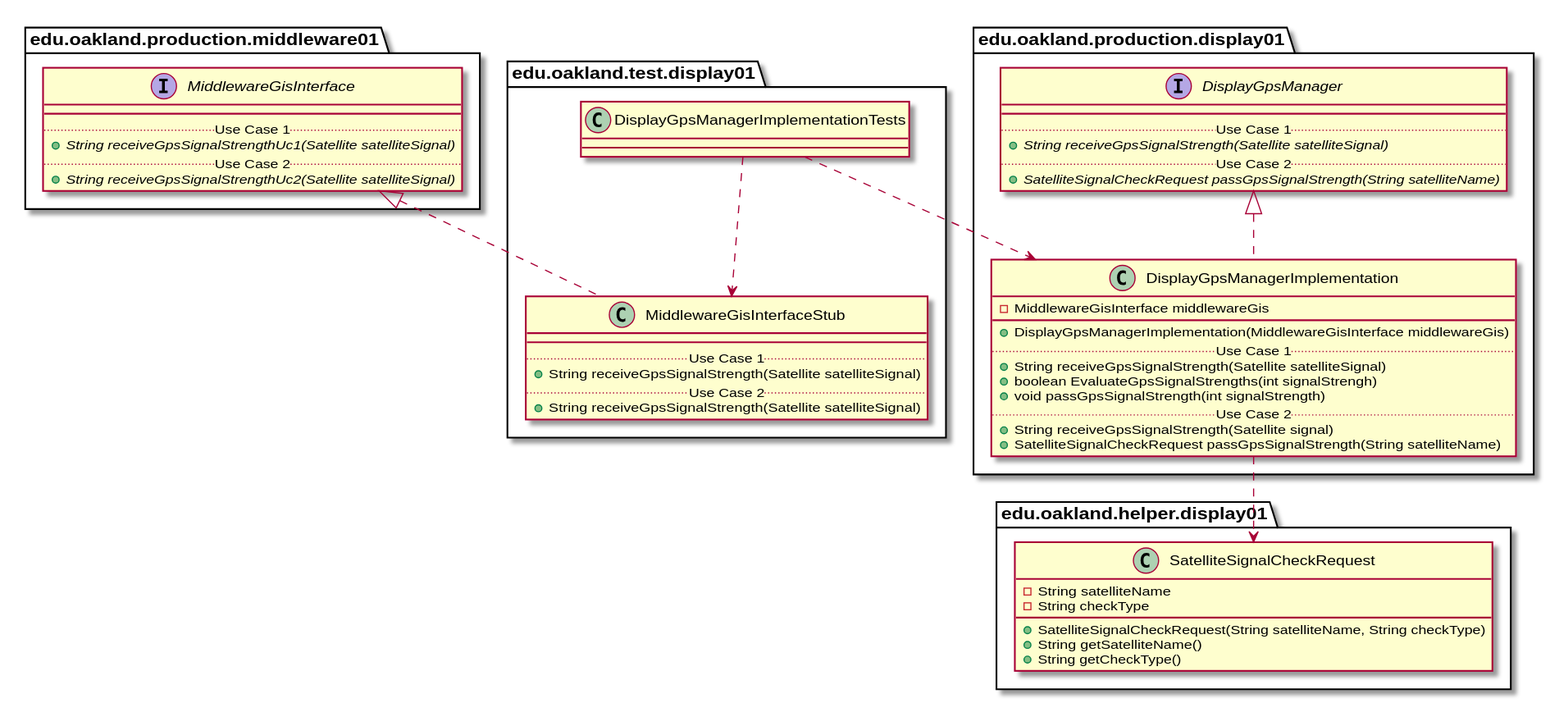
Earlier version of the PlantUML export docs/uml-class-diagrams/display01/test/DisplayGpsManagerImplementationTests/DisplayGpsManagerImplementationTests_Closure.svg (andrewdimmer/csi-3370-software-project).
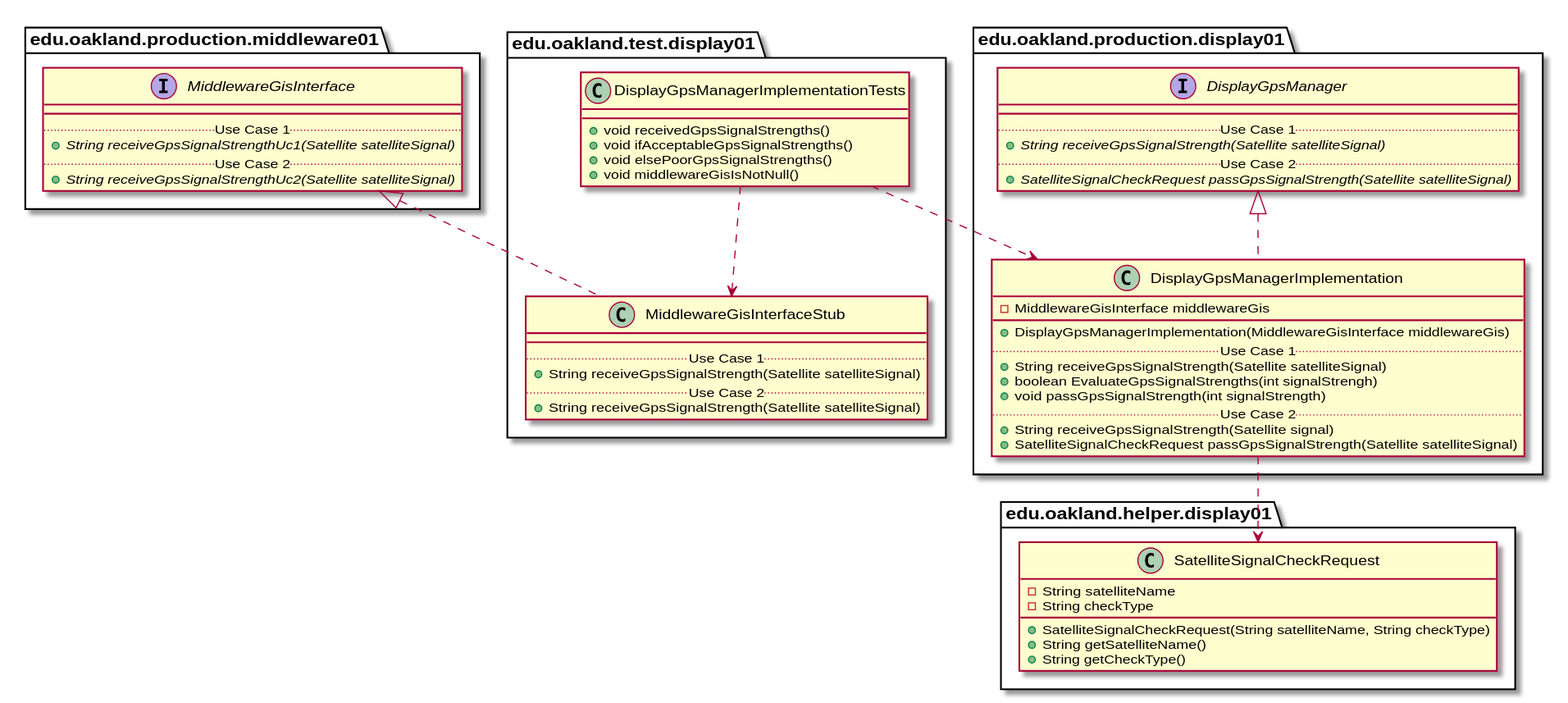
After the change.

The edit, as a diff of the source:
```diff
@@ -3,7 +3,10 @@
 
 package edu.oakland.test.display01 {
     class DisplayGpsManagerImplementationTests {
-
+        + void receivedGpsSignalStrengths()
+        + void ifAcceptableGpsSignalStrengths()
+        + void elsePoorGpsSignalStrengths()
+        + void middlewareGisIsNotNull()
     }
 }
 
@@ -57,7 +60,7 @@
     + void passGpsSignalStrength(int signalStrength)
     .. Use Case 2 ..
     + String receiveGpsSignalStrength(Satellite signal)
-    + SatelliteSignalCheckRequest passGpsSignalStrength(String satelliteName)
+    + SatelliteSignalCheckRequest passGpsSignalStrength(Satellite satelliteSignal)
     }
 }
 
@@ -70,7 +73,7 @@
         .. Use Case 1 ..
         {abstract} + String receiveGpsSignalStrength(Satellite satelliteSignal)
         .. Use Case 2 ..
-        {abstract} + SatelliteSignalCheckRequest passGpsSignalStrength(String satelliteName)
+        {abstract} + SatelliteSignalCheckRequest passGpsSignalStrength(Satellite satelliteSignal)
     }
 }
 
```
